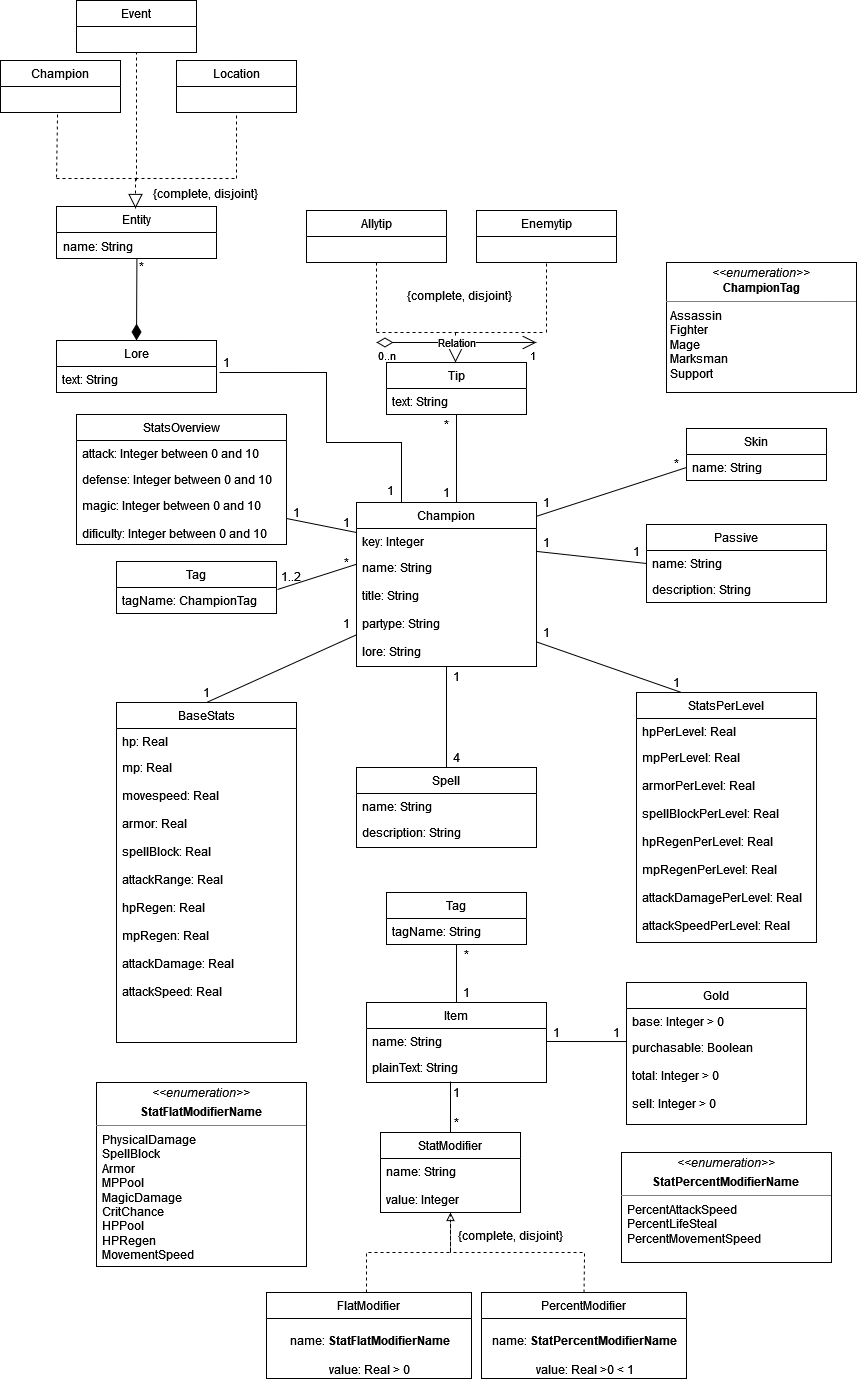
Above: docs/UML.png in MiNeves00/PRI2021 (draw.io), before the change. Source tidied: cells renumbered, new cells last; positions are measured from the earlier drawing's top-left corner, leaving out a move shared by most shapes.
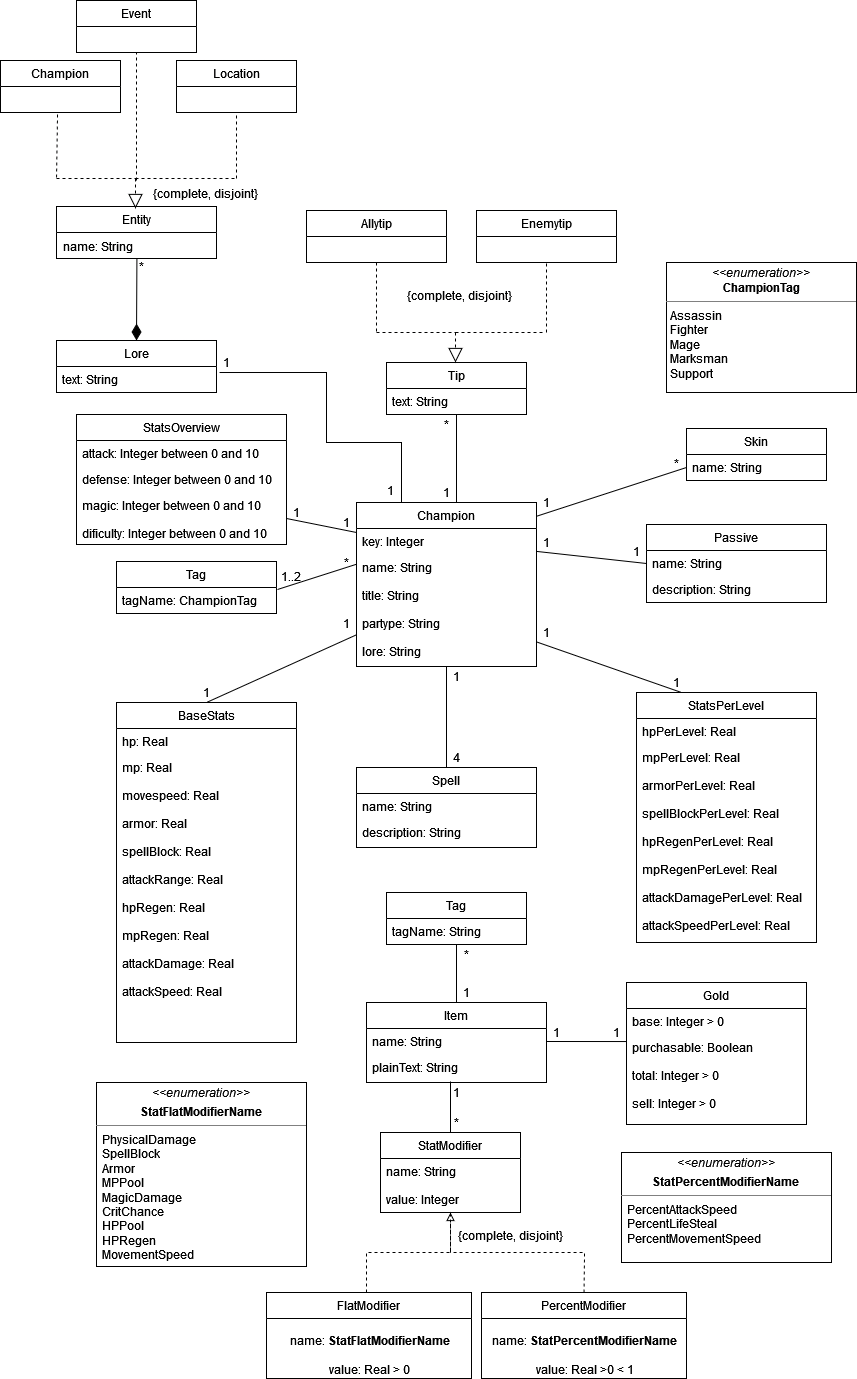
Above is the later version.

Change to the diagram source:
```diff
@@ -377,18 +377,6 @@
     <mxCell id="107" value="name: String" style="text;html=1;align=center;verticalAlign=middle;points=[];strokeColor=none;fillColor=none;" parent="1" vertex="1">
       <mxGeometry x="52" y="236" width="90" height="20" as="geometry" />
     </mxCell>
-    <mxCell id="108" value="Relation" style="endArrow=open;html=1;endSize=12;startArrow=diamondThin;startSize=14;startFill=0;edgeStyle=orthogonalEdgeStyle;rounded=0;" parent="1" edge="1">
-      <mxGeometry relative="1" as="geometry">
-        <mxPoint x="376" y="342" as="sourcePoint" />
-        <mxPoint x="536" y="342" as="targetPoint" />
-      </mxGeometry>
-    </mxCell>
-    <mxCell id="109" value="0..n" style="edgeLabel;html=1;align=left;verticalAlign=top;" parent="108" vertex="1">
-      <mxGeometry x="-1" relative="1" as="geometry" />
-    </mxCell>
-    <mxCell id="110" value="1" style="edgeLabel;html=1;align=right;verticalAlign=top;" parent="108" vertex="1">
-      <mxGeometry x="1" relative="1" as="geometry" />
-    </mxCell>
     <mxCell id="111" style="endArrow=none;html=1;endSize=12;startArrow=diamondThin;startSize=14;startFill=1;align=left;verticalAlign=bottom;rounded=0;exitX=0.5;exitY=0;exitDx=0;exitDy=0;endFill=0;entryX=0.938;entryY=1.1;entryDx=0;entryDy=0;entryPerimeter=0;" parent="1" edge="1" source="91" target="107">
       <mxGeometry x="-0.33" y="-28" relative="1" as="geometry" />
     </mxCell>
```
